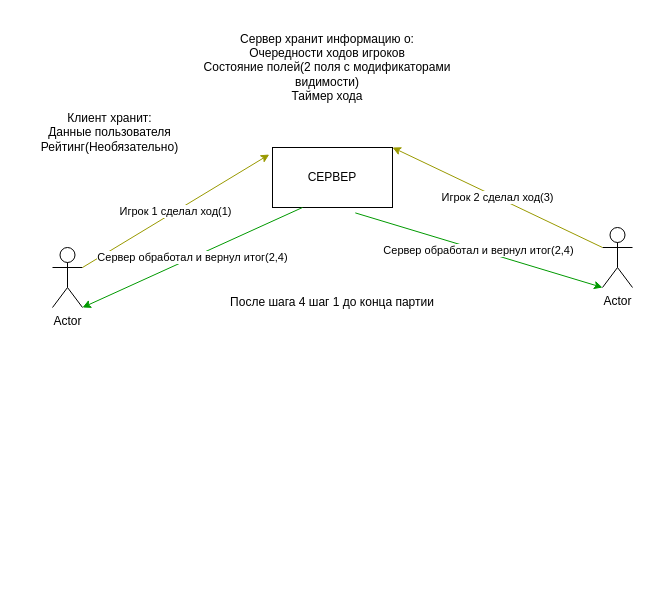
Before: План работ/Взаимодействие двух пользователей с сервером.drawio in mrdrakowa/Battleship-War, a draw.io diagram. Source tidied: cells renumbered, new cells numbered last; positions are measured from the earlier drawing's top-left corner, leaving out a move shared by most shapes. Both pictures are drawn from the tidied source at 100%, with x=0, y=0 at pixel (37, 17).
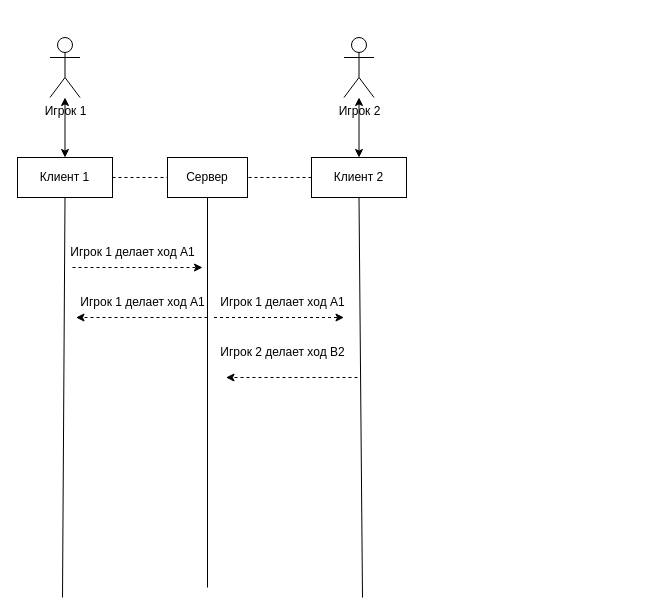
After the change.

What changed in the source:
```diff
@@
-    <mxCell id="2" value="Actor" style="shape=umlActor;verticalLabelPosition=bottom;verticalAlign=top;html=1;outlineConnect=0;" parent="1" vertex="1">
-      <mxGeometry x="15" y="230" width="30" height="60" as="geometry" />
-    </mxCell>
-    <mxCell id="3" value="Actor" style="shape=umlActor;verticalLabelPosition=bottom;verticalAlign=top;html=1;outlineConnect=0;" parent="1" vertex="1">
-      <mxGeometry x="565" y="210" width="30" height="60" as="geometry" />
-    </mxCell>
-    <mxCell id="4" value="СЕРВЕР" style="rounded=0;whiteSpace=wrap;html=1;" parent="1" vertex="1">
-      <mxGeometry x="235" y="130" width="120" height="60" as="geometry" />
-    </mxCell>
-    <mxCell id="5" value="Игрок 1 сделал ход(1)" style="endArrow=classic;html=1;rounded=0;strokeColor=#999900;exitX=1;exitY=0.3333333333333333;exitDx=0;exitDy=0;exitPerimeter=0;entryX=-0.027;entryY=0.117;entryDx=0;entryDy=0;entryPerimeter=0;" parent="1" edge="1" source="2" target="4">
-      <mxGeometry relative="1" as="geometry" />
-    </mxCell>
-    <mxCell id="6" value="Сервер обработал и вернул итог(2,4)" style="endArrow=classic;html=1;rounded=0;exitX=0.25;exitY=1;exitDx=0;exitDy=0;entryX=1;entryY=1;entryDx=0;entryDy=0;entryPerimeter=0;strokeColor=#009900;" parent="1" edge="1" source="4" target="2">
-      <mxGeometry relative="1" as="geometry" />
-    </mxCell>
-    <mxCell id="7" value="Сервер обработал и вернул итог(2,4)" style="endArrow=classic;html=1;rounded=0;exitX=0.69;exitY=1.09;exitDx=0;exitDy=0;entryX=0;entryY=1;entryDx=0;entryDy=0;entryPerimeter=0;strokeColor=#009900;exitPerimeter=0;" parent="1" edge="1" source="4" target="3">
-      <mxGeometry relative="1" as="geometry" />
-    </mxCell>
-    <mxCell id="8" value="Игрок 2 сделал ход(3)" style="endArrow=classic;html=1;rounded=0;strokeColor=#999900;exitX=0;exitY=0.3333333333333333;exitDx=0;exitDy=0;exitPerimeter=0;entryX=1;entryY=0;entryDx=0;entryDy=0;" parent="1" edge="1" source="3" target="4">
-      <mxGeometry relative="1" as="geometry" />
-    </mxCell>
-    <mxCell id="9" value="После шага 4 шаг 1 до конца партии" style="text;html=1;strokeColor=none;fillColor=none;align=center;verticalAlign=middle;whiteSpace=wrap;rounded=0;" parent="1" vertex="1">
-      <mxGeometry x="185" y="270" width="220" height="30" as="geometry" />
-    </mxCell>
-    <mxCell id="10" value="Сервер хранит информацию о:&lt;br&gt;Очередности ходов игроков&lt;br&gt;Состояние полей(2 поля с модификаторами видимости)&lt;br&gt;Таймер хода" style="text;html=1;strokeColor=none;fillColor=none;align=center;verticalAlign=middle;whiteSpace=wrap;rounded=0;" parent="1" vertex="1">
-      <mxGeometry x="135" width="310" height="100" as="geometry" />
-    </mxCell>
-    <mxCell id="11" value="Клиент хранит:&lt;br&gt;Данные пользователя&lt;br&gt;Рейтинг(Необязательно)&lt;br&gt;" style="text;html=1;strokeColor=none;fillColor=none;align=center;verticalAlign=middle;whiteSpace=wrap;rounded=0;" parent="1" vertex="1">
-      <mxGeometry y="100" width="145" height="30" as="geometry" />
-    </mxCell>
+    <mxCell id="12" value="Игрок 1" style="shape=umlActor;verticalLabelPosition=bottom;verticalAlign=top;html=1;outlineConnect=0;" parent="1" vertex="1">
+      <mxGeometry x="12.5" y="20" width="30" height="60" as="geometry" />
+    </mxCell>
+    <mxCell id="13" value="Игрок 2&lt;br&gt;" style="shape=umlActor;verticalLabelPosition=bottom;verticalAlign=top;html=1;outlineConnect=0;" parent="1" vertex="1">
+      <mxGeometry x="306.5" y="20" width="30" height="60" as="geometry" />
+    </mxCell>
+    <mxCell id="14" style="endArrow=classic;startArrow=classic;html=1;rounded=0;exitX=0.5;exitY=0;exitDx=0;exitDy=0;" parent="1" edge="1" source="15" target="12">
+      <mxGeometry relative="1" as="geometry" />
+    </mxCell>
+    <mxCell id="15" value="Клиент 1" style="rounded=0;whiteSpace=wrap;html=1;" parent="1" vertex="1">
+      <mxGeometry x="-20" y="140" width="95" height="40" as="geometry" />
+    </mxCell>
+    <mxCell id="16" value="Клиент 2" style="rounded=0;whiteSpace=wrap;html=1;" parent="1" vertex="1">
+      <mxGeometry x="274" y="140" width="95" height="40" as="geometry" />
+    </mxCell>
+    <mxCell id="17" style="endArrow=classic;startArrow=classic;html=1;rounded=0;exitX=0.5;exitY=0;exitDx=0;exitDy=0;" parent="1" edge="1" source="16" target="13">
+      <mxGeometry relative="1" as="geometry" />
+    </mxCell>
+    <mxCell id="18" style="endArrow=none;dashed=1;html=1;rounded=0;exitX=1;exitY=0.5;exitDx=0;exitDy=0;entryX=0;entryY=0.5;entryDx=0;entryDy=0;" parent="1" edge="1" source="15" target="19">
+      <mxGeometry relative="1" as="geometry" />
+    </mxCell>
+    <mxCell id="19" value="Сервер" style="rounded=0;whiteSpace=wrap;html=1;" parent="1" vertex="1">
+      <mxGeometry x="130" y="140" width="80" height="40" as="geometry" />
+    </mxCell>
+    <mxCell id="20" style="endArrow=none;dashed=1;html=1;rounded=0;exitX=0;exitY=0.5;exitDx=0;exitDy=0;entryX=1;entryY=0.5;entryDx=0;entryDy=0;" parent="1" edge="1" source="16" target="19">
+      <mxGeometry relative="1" as="geometry" />
+    </mxCell>
+    <mxCell id="21" style="endArrow=none;html=1;rounded=0;entryX=0.5;entryY=1;entryDx=0;entryDy=0;" parent="1" edge="1" target="15">
+      <mxGeometry relative="1" as="geometry">
+        <mxPoint x="25" y="580" as="sourcePoint" />
+      </mxGeometry>
+    </mxCell>
+    <mxCell id="22" style="endArrow=none;html=1;rounded=0;entryX=0.5;entryY=1;entryDx=0;entryDy=0;" parent="1" edge="1" target="19">
+      <mxGeometry relative="1" as="geometry">
+        <mxPoint x="170" y="570" as="sourcePoint" />
+      </mxGeometry>
+    </mxCell>
+    <mxCell id="23" style="endArrow=none;html=1;rounded=0;entryX=0.5;entryY=1;entryDx=0;entryDy=0;" parent="1" edge="1" target="16">
+      <mxGeometry relative="1" as="geometry">
+        <mxPoint x="325" y="580" as="sourcePoint" />
+      </mxGeometry>
+    </mxCell>
+    <mxCell id="24" style="endArrow=classic;html=1;rounded=0;dashed=1;" parent="1" edge="1">
+      <mxGeometry relative="1" as="geometry">
+        <mxPoint x="35" y="250" as="sourcePoint" />
+        <mxPoint x="165" y="250" as="targetPoint" />
+      </mxGeometry>
+    </mxCell>
+    <mxCell id="25" value="Игрок 1 делает ход А1" style="text;html=1;align=center;verticalAlign=middle;strokeColor=none;fillColor=none;" parent="1" vertex="1">
+      <mxGeometry x="20" y="220" width="150" height="30" as="geometry" />
+    </mxCell>
+    <mxCell id="26" style="endArrow=classic;html=1;rounded=0;dashed=1;" parent="1" edge="1">
+      <mxGeometry relative="1" as="geometry">
+        <mxPoint x="176.5" y="300" as="sourcePoint" />
+        <mxPoint x="306.5" y="300" as="targetPoint" />
+      </mxGeometry>
+    </mxCell>
+    <mxCell id="27" style="endArrow=classic;html=1;rounded=0;dashed=1;" parent="1" edge="1">
+      <mxGeometry relative="1" as="geometry">
+        <mxPoint x="170" y="300" as="sourcePoint" />
+        <mxPoint x="38.5" y="300" as="targetPoint" />
+      </mxGeometry>
+    </mxCell>
+    <mxCell id="28" value="Игрок 1 делает ход А1" style="text;html=1;align=center;verticalAlign=middle;strokeColor=none;fillColor=none;" parent="1" vertex="1">
+      <mxGeometry x="30" y="270" width="150" height="30" as="geometry" />
+    </mxCell>
+    <mxCell id="29" value="Игрок 1 делает ход А1" style="text;html=1;align=center;verticalAlign=middle;strokeColor=none;fillColor=none;" parent="1" vertex="1">
+      <mxGeometry x="170" y="270" width="150" height="30" as="geometry" />
+    </mxCell>
+    <mxCell id="30" value="Игрок 2 делает ход В2" style="text;html=1;align=center;verticalAlign=middle;strokeColor=none;fillColor=none;" parent="1" vertex="1">
+      <mxGeometry x="170" y="320" width="150" height="30" as="geometry" />
+    </mxCell>
+    <mxCell id="31" style="endArrow=classic;html=1;rounded=0;dashed=1;" parent="1" edge="1">
+      <mxGeometry relative="1" as="geometry">
+        <mxPoint x="320" y="360" as="sourcePoint" />
+        <mxPoint x="188.5" y="360" as="targetPoint" />
+      </mxGeometry>
+    </mxCell>
```
